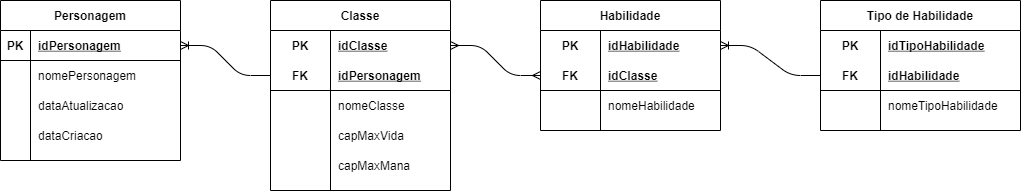
This is Modelagens/ModelagemLogica_HRoads-Modelagem-HRoads-Logico.png from enzzotj/SENAI_HROADS_TD, a draw.io export, as it was before one commit. Source tidied: cells renumbered, new cells last; positions are measured from the earlier drawing's top-left corner, leaving out a move shared by most shapes.
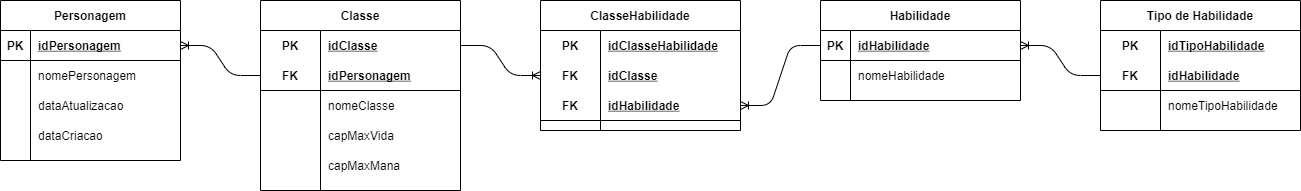
Later version of the same file.

Commit message:
Finalizada a parte lógica da modelagem

Diff of the diagram source:
```diff
@@ -3,7 +3,7 @@
     <mxCell id="0" />
     <mxCell id="1" parent="0" />
     <mxCell id="2" value="Personagem" style="shape=table;startSize=30;rowLines=0;fontStyle=1;align=center;" parent="1" vertex="1">
-      <mxGeometry width="180" height="160" as="geometry" />
+      <mxGeometry x="-40" width="180" height="160" as="geometry" />
     </mxCell>
     <mxCell id="3" style="shape=partialRectangle;fillColor=none;top=0;left=0;bottom=1;right=0;points=[[0,0.5],[1,0.5]];portConstraint=eastwest;" parent="2" vertex="1">
       <mxGeometry y="30" width="180" height="30" as="geometry" />
@@ -42,85 +42,55 @@
       <mxGeometry x="30" width="150" height="30" as="geometry" />
     </mxCell>
     <mxCell id="15" value="Classe" style="shape=table;startSize=30;rowLines=0;fontStyle=1;align=center;" parent="1" vertex="1">
-      <mxGeometry x="270" width="180" height="190" as="geometry" />
+      <mxGeometry x="220" width="200" height="190" as="geometry" />
     </mxCell>
     <mxCell id="16" style="shape=partialRectangle;fillColor=none;top=0;left=0;bottom=0;right=0;points=[[0,0.5],[1,0.5]];portConstraint=eastwest;" parent="15" vertex="1">
-      <mxGeometry y="30" width="180" height="30" as="geometry" />
+      <mxGeometry y="30" width="200" height="30" as="geometry" />
     </mxCell>
     <mxCell id="17" value="PK" style="shape=partialRectangle;fillColor=none;top=0;left=0;bottom=0;right=0;fontStyle=1;overflow=hidden;" parent="16" vertex="1">
       <mxGeometry width="60" height="30" as="geometry" />
     </mxCell>
     <mxCell id="18" value="idClasse" style="shape=partialRectangle;fillColor=none;top=0;left=0;bottom=0;right=0;align=left;spacingLeft=6;fontStyle=5;overflow=hidden;" parent="16" vertex="1">
-      <mxGeometry x="60" width="120" height="30" as="geometry" />
+      <mxGeometry x="60" width="140" height="30" as="geometry" />
     </mxCell>
     <mxCell id="19" style="shape=partialRectangle;fillColor=none;top=0;left=0;bottom=1;right=0;points=[[0,0.5],[1,0.5]];portConstraint=eastwest;" parent="15" vertex="1">
-      <mxGeometry y="60" width="180" height="30" as="geometry" />
+      <mxGeometry y="60" width="200" height="30" as="geometry" />
     </mxCell>
     <mxCell id="20" value="FK" style="shape=partialRectangle;fillColor=none;top=0;left=0;bottom=0;right=0;fontStyle=1;overflow=hidden;" parent="19" vertex="1">
       <mxGeometry width="60" height="30" as="geometry" />
     </mxCell>
     <mxCell id="21" value="idPersonagem" style="shape=partialRectangle;fillColor=none;top=0;left=0;bottom=0;right=0;align=left;spacingLeft=6;fontStyle=5;overflow=hidden;" parent="19" vertex="1">
-      <mxGeometry x="60" width="120" height="30" as="geometry" />
+      <mxGeometry x="60" width="140" height="30" as="geometry" />
     </mxCell>
     <mxCell id="22" style="shape=partialRectangle;fillColor=none;top=0;left=0;bottom=0;right=0;" parent="15" vertex="1">
-      <mxGeometry y="90" width="180" height="30" as="geometry" />
+      <mxGeometry y="90" width="200" height="30" as="geometry" />
     </mxCell>
     <mxCell id="23" style="shape=partialRectangle;fillColor=none;top=0;left=0;bottom=0;right=0;overflow=hidden;" parent="22" vertex="1">
       <mxGeometry width="60" height="30" as="geometry" />
     </mxCell>
     <mxCell id="24" value="nomeClasse" style="shape=partialRectangle;fillColor=none;top=0;left=0;bottom=0;right=0;align=left;spacingLeft=6;overflow=hidden;" parent="22" vertex="1">
-      <mxGeometry x="60" width="120" height="30" as="geometry" />
+      <mxGeometry x="60" width="140" height="30" as="geometry" />
     </mxCell>
     <mxCell id="25" style="shape=partialRectangle;fillColor=none;top=0;left=0;bottom=0;right=0;" parent="15" vertex="1">
-      <mxGeometry y="120" width="180" height="30" as="geometry" />
+      <mxGeometry y="120" width="200" height="30" as="geometry" />
     </mxCell>
     <mxCell id="26" style="shape=partialRectangle;fillColor=none;top=0;left=0;bottom=0;right=0;overflow=hidden;" parent="25" vertex="1">
       <mxGeometry width="60" height="30" as="geometry" />
     </mxCell>
     <mxCell id="27" value="capMaxVida" style="shape=partialRectangle;fillColor=none;top=0;left=0;bottom=0;right=0;align=left;spacingLeft=6;overflow=hidden;" parent="25" vertex="1">
-      <mxGeometry x="60" width="120" height="30" as="geometry" />
+      <mxGeometry x="60" width="140" height="30" as="geometry" />
     </mxCell>
     <mxCell id="28" style="shape=partialRectangle;fillColor=none;top=0;left=0;bottom=0;right=0;" parent="15" vertex="1">
-      <mxGeometry y="150" width="180" height="30" as="geometry" />
+      <mxGeometry y="150" width="200" height="30" as="geometry" />
     </mxCell>
     <mxCell id="29" style="shape=partialRectangle;fillColor=none;top=0;left=0;bottom=0;right=0;overflow=hidden;" parent="28" vertex="1">
       <mxGeometry width="60" height="30" as="geometry" />
     </mxCell>
     <mxCell id="30" value="capMaxMana" style="shape=partialRectangle;fillColor=none;top=0;left=0;bottom=0;right=0;align=left;spacingLeft=6;overflow=hidden;" parent="28" vertex="1">
-      <mxGeometry x="60" width="120" height="30" as="geometry" />
+      <mxGeometry x="60" width="140" height="30" as="geometry" />
     </mxCell>
-    <mxCell id="31" value="Habilidade" style="shape=table;startSize=30;rowLines=0;fontStyle=1;align=center;" parent="1" vertex="1">
-      <mxGeometry x="540" width="180" height="130" as="geometry" />
-    </mxCell>
-    <mxCell id="32" style="shape=partialRectangle;fillColor=none;top=0;left=0;bottom=0;right=0;points=[[0,0.5],[1,0.5]];portConstraint=eastwest;" parent="31" vertex="1">
-      <mxGeometry y="30" width="180" height="30" as="geometry" />
-    </mxCell>
-    <mxCell id="33" value="PK" style="shape=partialRectangle;fillColor=none;top=0;left=0;bottom=0;right=0;fontStyle=1;overflow=hidden;" parent="32" vertex="1">
-      <mxGeometry width="60" height="30" as="geometry" />
-    </mxCell>
-    <mxCell id="34" value="idHabilidade" style="shape=partialRectangle;fillColor=none;top=0;left=0;bottom=0;right=0;align=left;spacingLeft=6;fontStyle=5;overflow=hidden;" parent="32" vertex="1">
-      <mxGeometry x="60" width="120" height="30" as="geometry" />
-    </mxCell>
-    <mxCell id="35" style="shape=partialRectangle;fillColor=none;top=0;left=0;bottom=1;right=0;points=[[0,0.5],[1,0.5]];portConstraint=eastwest;" parent="31" vertex="1">
-      <mxGeometry y="60" width="180" height="30" as="geometry" />
-    </mxCell>
-    <mxCell id="36" value="FK" style="shape=partialRectangle;fillColor=none;top=0;left=0;bottom=0;right=0;fontStyle=1;overflow=hidden;" parent="35" vertex="1">
-      <mxGeometry width="60" height="30" as="geometry" />
-    </mxCell>
-    <mxCell id="37" value="idClasse" style="shape=partialRectangle;fillColor=none;top=0;left=0;bottom=0;right=0;align=left;spacingLeft=6;fontStyle=5;overflow=hidden;" parent="35" vertex="1">
-      <mxGeometry x="60" width="120" height="30" as="geometry" />
-    </mxCell>
-    <mxCell id="38" style="shape=partialRectangle;fillColor=none;top=0;left=0;bottom=0;right=0;" parent="31" vertex="1">
-      <mxGeometry y="90" width="180" height="30" as="geometry" />
-    </mxCell>
-    <mxCell id="39" style="shape=partialRectangle;fillColor=none;top=0;left=0;bottom=0;right=0;overflow=hidden;" parent="38" vertex="1">
-      <mxGeometry width="60" height="30" as="geometry" />
-    </mxCell>
-    <mxCell id="40" value="nomeHabilidade" style="shape=partialRectangle;fillColor=none;top=0;left=0;bottom=0;right=0;align=left;spacingLeft=6;overflow=hidden;" parent="38" vertex="1">
-      <mxGeometry x="60" width="120" height="30" as="geometry" />
-    </mxCell>
     <mxCell id="41" value="Tipo de Habilidade" style="shape=table;startSize=30;rowLines=0;fontStyle=1;align=center;" parent="1" vertex="1">
-      <mxGeometry x="820" width="200" height="130" as="geometry" />
+      <mxGeometry x="1060" width="200" height="130" as="geometry" />
     </mxCell>
     <mxCell id="42" style="shape=partialRectangle;fillColor=none;top=0;left=0;bottom=0;right=0;" parent="41" vertex="1">
       <mxGeometry y="30" width="200" height="30" as="geometry" />
@@ -152,11 +122,65 @@
     <mxCell id="51" style="edgeStyle=entityRelationEdgeStyle;fontSize=12;html=1;endArrow=ERoneToMany;entryX=1;entryY=0.5;entryDx=0;entryDy=0;exitX=0;exitY=0.5;exitDx=0;exitDy=0;" parent="1" edge="1" source="19" target="3">
       <mxGeometry relative="1" as="geometry" />
     </mxCell>
-    <mxCell id="52" style="edgeStyle=entityRelationEdgeStyle;fontSize=12;html=1;endArrow=ERmany;startArrow=ERmany;entryX=1;entryY=0.5;entryDx=0;entryDy=0;exitX=0;exitY=0.5;exitDx=0;exitDy=0;" parent="1" edge="1" source="35" target="16">
-      <mxGeometry relative="1" as="geometry" />
-    </mxCell>
-    <mxCell id="53" style="edgeStyle=entityRelationEdgeStyle;fontSize=12;html=1;endArrow=ERoneToMany;entryX=1;entryY=0.5;entryDx=0;entryDy=0;exitX=0;exitY=0.5;exitDx=0;exitDy=0;" parent="1" edge="1" source="45" target="32">
+    <mxCell id="53" style="edgeStyle=entityRelationEdgeStyle;fontSize=12;html=1;endArrow=ERoneToMany;entryX=1;entryY=0.5;entryDx=0;entryDy=0;exitX=0;exitY=0.5;exitDx=0;exitDy=0;" parent="1" edge="1" source="45" target="64">
       <mxGeometry relative="1" as="geometry" />
     </mxCell>
+    <mxCell id="54" value="ClasseHabilidade" style="shape=table;startSize=30;rowLines=0;fontStyle=1;align=center;" parent="1" vertex="1">
+      <mxGeometry x="500" width="200" height="130" as="geometry" />
+    </mxCell>
+    <mxCell id="55" style="shape=partialRectangle;fillColor=none;top=0;left=0;bottom=0;right=0;" parent="54" vertex="1">
+      <mxGeometry y="30" width="200" height="30" as="geometry" />
+    </mxCell>
+    <mxCell id="33" value="PK" style="shape=partialRectangle;fillColor=none;top=0;left=0;bottom=0;right=0;fontStyle=1;overflow=hidden;" parent="55" vertex="1">
+      <mxGeometry width="60" height="30" as="geometry" />
+    </mxCell>
+    <mxCell id="56" value="idClasseHabilidade" style="shape=partialRectangle;fillColor=none;top=0;left=0;bottom=0;right=0;align=left;spacingLeft=6;fontStyle=5;overflow=hidden;" parent="55" vertex="1">
+      <mxGeometry x="60" width="140" height="30" as="geometry" />
+    </mxCell>
+    <mxCell id="57" style="shape=partialRectangle;fillColor=none;top=0;left=0;bottom=0;right=0;points=[[0,0.5],[1,0.5]];portConstraint=eastwest;" parent="54" vertex="1">
+      <mxGeometry y="60" width="200" height="30" as="geometry" />
+    </mxCell>
+    <mxCell id="58" value="FK" style="shape=partialRectangle;fillColor=none;top=0;left=0;bottom=0;right=0;fontStyle=1;overflow=hidden;" parent="57" vertex="1">
+      <mxGeometry width="60" height="30" as="geometry" />
+    </mxCell>
+    <mxCell id="37" value="idClasse" style="shape=partialRectangle;fillColor=none;top=0;left=0;bottom=0;right=0;align=left;spacingLeft=6;fontStyle=5;overflow=hidden;" parent="57" vertex="1">
+      <mxGeometry x="60" width="140" height="30" as="geometry" />
+    </mxCell>
+    <mxCell id="59" style="shape=partialRectangle;fillColor=none;top=0;left=0;bottom=1;right=0;points=[[0,0.5],[1,0.5]];portConstraint=eastwest;" parent="54" vertex="1">
+      <mxGeometry y="90" width="200" height="30" as="geometry" />
+    </mxCell>
+    <mxCell id="60" value="FK" style="shape=partialRectangle;fillColor=none;top=0;left=0;bottom=0;right=0;fontStyle=1;overflow=hidden;" parent="59" vertex="1">
+      <mxGeometry width="60" height="30" as="geometry" />
+    </mxCell>
+    <mxCell id="61" value="idHabilidade" style="shape=partialRectangle;fillColor=none;top=0;left=0;bottom=0;right=0;align=left;spacingLeft=6;fontStyle=5;overflow=hidden;" parent="59" vertex="1">
+      <mxGeometry x="60" width="140" height="30" as="geometry" />
+    </mxCell>
+    <mxCell id="62" style="edgeStyle=entityRelationEdgeStyle;fontSize=12;html=1;endArrow=ERoneToMany;exitX=1;exitY=0.5;exitDx=0;exitDy=0;entryX=0;entryY=0.5;entryDx=0;entryDy=0;" parent="1" edge="1" source="16" target="57">
+      <mxGeometry relative="1" as="geometry" />
+    </mxCell>
+    <mxCell id="63" style="edgeStyle=entityRelationEdgeStyle;fontSize=12;html=1;endArrow=ERoneToMany;exitX=0;exitY=0.5;exitDx=0;exitDy=0;entryX=1;entryY=0.5;entryDx=0;entryDy=0;" parent="1" edge="1" source="64" target="59">
+      <mxGeometry relative="1" as="geometry" />
+    </mxCell>
+    <mxCell id="31" value="Habilidade" style="shape=table;startSize=30;rowLines=0;fontStyle=1;align=center;" parent="1" vertex="1">
+      <mxGeometry x="780" width="200" height="100" as="geometry" />
+    </mxCell>
+    <mxCell id="64" style="shape=partialRectangle;fillColor=none;top=0;left=0;bottom=1;right=0;points=[[0,0.5],[1,0.5]];portConstraint=eastwest;" parent="31" vertex="1">
+      <mxGeometry y="30" width="200" height="30" as="geometry" />
+    </mxCell>
+    <mxCell id="65" value="PK" style="shape=partialRectangle;fillColor=none;top=0;left=0;bottom=0;right=0;fontStyle=1;overflow=hidden;" parent="64" vertex="1">
+      <mxGeometry width="30" height="30" as="geometry" />
+    </mxCell>
+    <mxCell id="66" value="idHabilidade" style="shape=partialRectangle;fillColor=none;top=0;left=0;bottom=0;right=0;align=left;spacingLeft=6;fontStyle=5;overflow=hidden;" parent="64" vertex="1">
+      <mxGeometry x="30" width="170" height="30" as="geometry" />
+    </mxCell>
+    <mxCell id="67" style="shape=partialRectangle;fillColor=none;top=0;left=0;bottom=0;right=0;" parent="31" vertex="1">
+      <mxGeometry y="60" width="200" height="30" as="geometry" />
+    </mxCell>
+    <mxCell id="68" style="shape=partialRectangle;fillColor=none;top=0;left=0;bottom=0;right=0;overflow=hidden;" parent="67" vertex="1">
+      <mxGeometry width="30" height="30" as="geometry" />
+    </mxCell>
+    <mxCell id="40" value="nomeHabilidade" style="shape=partialRectangle;fillColor=none;top=0;left=0;bottom=0;right=0;align=left;spacingLeft=6;overflow=hidden;" parent="67" vertex="1">
+      <mxGeometry x="30" width="170" height="30" as="geometry" />
+    </mxCell>
   </root>
 </mxGraphModel>
```
